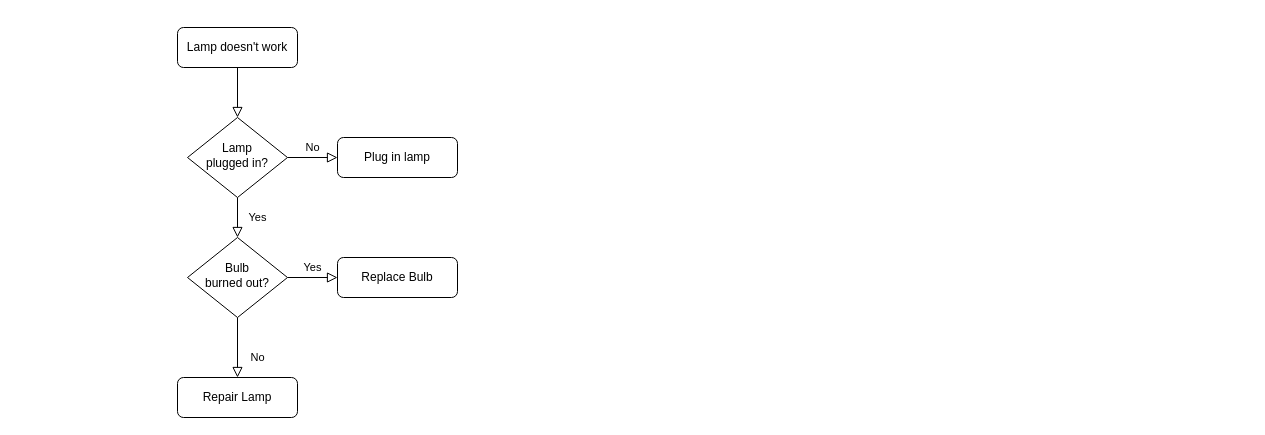
Before: 未命名绘图.drawio in lijiejoy/bingai, a draw.io diagram. Source tidied: cells renumbered, new cells numbered last; positions are measured from the earlier drawing's top-left corner, leaving out a move shared by most shapes. Both pictures are drawn from the tidied source at 100%, with x=0, y=0 at pixel (177, 27).
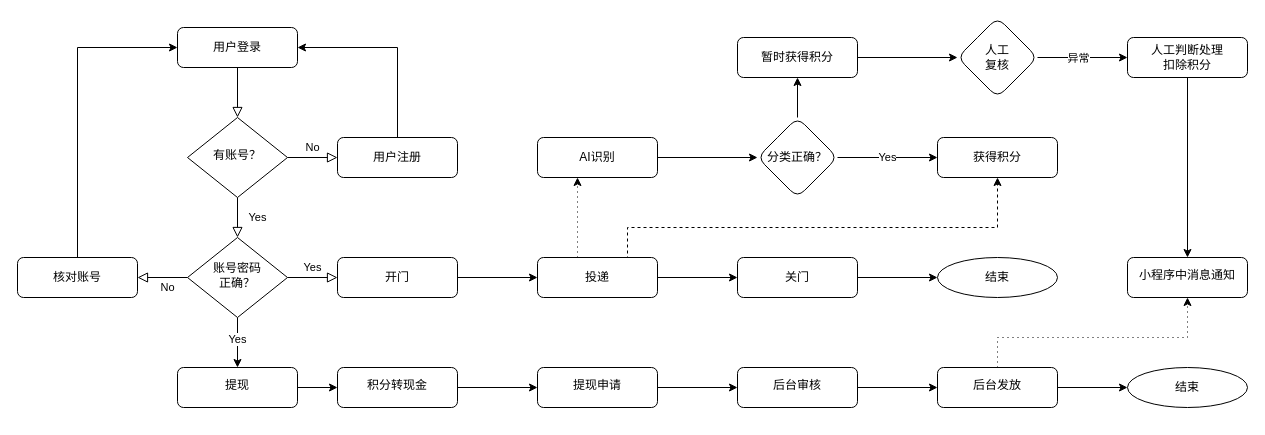
The same page after the edit.

The edit, as a diff of the source:
```diff
@@
-    <mxCell id="3" value="Lamp doesn't work" style="rounded=1;whiteSpace=wrap;html=1;fontSize=12;glass=0;strokeWidth=1;shadow=0;" parent="1" vertex="1">
+    <mxCell id="3" value="用户登录" style="rounded=1;whiteSpace=wrap;html=1;fontSize=12;glass=0;strokeWidth=1;shadow=0;" parent="1" vertex="1">
       <mxGeometry width="120" height="40" as="geometry" />
     </mxCell>
@@
-    <mxCell id="6" value="Lamp&lt;br&gt;plugged in?" style="rhombus;whiteSpace=wrap;html=1;shadow=0;fontFamily=Helvetica;fontSize=12;align=center;strokeWidth=1;spacing=6;spacingTop=-4;" parent="1" vertex="1">
+    <mxCell id="6" value="有账号？" style="rhombus;whiteSpace=wrap;html=1;shadow=0;fontFamily=Helvetica;fontSize=12;align=center;strokeWidth=1;spacing=6;spacingTop=-4;" parent="1" vertex="1">
       <mxGeometry x="10" y="90" width="100" height="80" as="geometry" />
     </mxCell>
+    <mxCell id="13" style="edgeStyle=orthogonalEdgeStyle;rounded=0;jettySize=auto;html=1;entryX=1;entryY=0.5;entryDx=0;entryDy=0;" parent="1" edge="1" source="7" target="3">
+      <mxGeometry relative="1" as="geometry">
+        <Array as="points">
+          <mxPoint x="220" y="20" />
+        </Array>
+      </mxGeometry>
+    </mxCell>
-    <mxCell id="7" value="Plug in lamp" style="rounded=1;whiteSpace=wrap;html=1;fontSize=12;glass=0;strokeWidth=1;shadow=0;" parent="1" vertex="1">
+    <mxCell id="7" value="用户注册" style="rounded=1;whiteSpace=wrap;html=1;fontSize=12;glass=0;strokeWidth=1;shadow=0;" parent="1" vertex="1">
       <mxGeometry x="160" y="110" width="120" height="40" as="geometry" />
     </mxCell>
     <mxCell id="8" value="No" style="rounded=0;html=1;jettySize=auto;fontSize=11;endArrow=block;endFill=0;endSize=8;strokeWidth=1;shadow=0;labelBackgroundColor=none;edgeStyle=orthogonalEdgeStyle;" parent="1" edge="1" source="10" target="11">
-      <mxGeometry x="0.33" y="20" relative="1" as="geometry" />
+      <mxGeometry x="-0.2" y="10" relative="1" as="geometry" />
     </mxCell>
@@
+    <mxCell id="14" style="edgeStyle=orthogonalEdgeStyle;rounded=0;jettySize=auto;html=1;" parent="1" edge="1" source="10" target="27">
+      <mxGeometry relative="1" as="geometry" />
+    </mxCell>
+    <mxCell id="15" value="Yes" style="edgeLabel;html=1;align=center;verticalAlign=middle;" parent="14" vertex="1">
+      <mxGeometry x="-0.17" y="-1" relative="1" as="geometry" />
+    </mxCell>
-    <mxCell id="10" value="Bulb&lt;br&gt;burned out?" style="rhombus;whiteSpace=wrap;html=1;shadow=0;fontFamily=Helvetica;fontSize=12;align=center;strokeWidth=1;spacing=6;spacingTop=-4;" parent="1" vertex="1">
+    <mxCell id="10" value="账号密码&lt;br&gt;正确？" style="rhombus;whiteSpace=wrap;html=1;shadow=0;fontFamily=Helvetica;fontSize=12;align=center;strokeWidth=1;spacing=6;spacingTop=-4;" parent="1" vertex="1">
       <mxGeometry x="10" y="210" width="100" height="80" as="geometry" />
     </mxCell>
+    <mxCell id="16" style="edgeStyle=orthogonalEdgeStyle;rounded=0;jettySize=auto;html=1;entryX=0;entryY=0.5;entryDx=0;entryDy=0;" parent="1" edge="1" source="11" target="3">
+      <mxGeometry relative="1" as="geometry">
+        <Array as="points">
+          <mxPoint x="-100" y="20" />
+        </Array>
+      </mxGeometry>
+    </mxCell>
-    <mxCell id="11" value="Repair Lamp" style="rounded=1;whiteSpace=wrap;html=1;fontSize=12;glass=0;strokeWidth=1;shadow=0;" parent="1" vertex="1">
-      <mxGeometry y="350" width="120" height="40" as="geometry" />
+    <mxCell id="11" value="核对账号" style="rounded=1;whiteSpace=wrap;html=1;fontSize=12;glass=0;strokeWidth=1;shadow=0;" parent="1" vertex="1">
+      <mxGeometry x="-160" y="230" width="120" height="40" as="geometry" />
     </mxCell>
+    <mxCell id="17" style="edgeStyle=orthogonalEdgeStyle;rounded=0;jettySize=auto;html=1;" parent="1" edge="1" source="12" target="21">
+      <mxGeometry relative="1" as="geometry" />
+    </mxCell>
-    <mxCell id="12" value="Replace Bulb" style="rounded=1;whiteSpace=wrap;html=1;fontSize=12;glass=0;strokeWidth=1;shadow=0;" parent="1" vertex="1">
+    <mxCell id="12" value="开门" style="rounded=1;whiteSpace=wrap;html=1;fontSize=12;glass=0;strokeWidth=1;shadow=0;" parent="1" vertex="1">
       <mxGeometry x="160" y="230" width="120" height="40" as="geometry" />
     </mxCell>
+    <mxCell id="18" style="edgeStyle=orthogonalEdgeStyle;rounded=0;jettySize=auto;html=1;dashed=1;dashPattern=1 4;" parent="1" edge="1" source="21" target="42">
+      <mxGeometry relative="1" as="geometry">
+        <Array as="points">
+          <mxPoint x="400" y="190" />
+          <mxPoint x="400" y="190" />
+        </Array>
+      </mxGeometry>
+    </mxCell>
+    <mxCell id="19" style="edgeStyle=orthogonalEdgeStyle;rounded=0;jettySize=auto;html=1;exitX=1;exitY=0.5;exitDx=0;exitDy=0;dashed=1;" parent="1" edge="1" source="21" target="43">
+      <mxGeometry relative="1" as="geometry">
+        <Array as="points">
+          <mxPoint x="450" y="250" />
+          <mxPoint x="450" y="200" />
+          <mxPoint x="820" y="200" />
+        </Array>
+      </mxGeometry>
+    </mxCell>
+    <mxCell id="20" style="edgeStyle=orthogonalEdgeStyle;rounded=0;jettySize=auto;html=1;" parent="1" edge="1" source="21" target="50">
+      <mxGeometry relative="1" as="geometry" />
+    </mxCell>
+    <mxCell id="21" value="投递" style="whiteSpace=wrap;html=1;rounded=1;glass=0;strokeWidth=1;shadow=0;" parent="1" vertex="1">
+      <mxGeometry x="360" y="230" width="120" height="40" as="geometry" />
+    </mxCell>
+    <mxCell id="22" style="edgeStyle=orthogonalEdgeStyle;rounded=0;jettySize=auto;html=1;" parent="1" edge="1" source="23" target="46">
+      <mxGeometry relative="1" as="geometry" />
+    </mxCell>
+    <mxCell id="23" value="暂时获得积分" style="whiteSpace=wrap;html=1;rounded=1;glass=0;strokeWidth=1;shadow=0;" parent="1" vertex="1">
+      <mxGeometry x="560" y="10" width="120" height="40" as="geometry" />
+    </mxCell>
+    <mxCell id="24" style="edgeStyle=orthogonalEdgeStyle;rounded=0;jettySize=auto;html=1;entryX=0.5;entryY=0;entryDx=0;entryDy=0;" parent="1" edge="1" source="25" target="37">
+      <mxGeometry relative="1" as="geometry" />
+    </mxCell>
+    <mxCell id="25" value="人工判断处理&lt;br&gt;扣除积分" style="whiteSpace=wrap;html=1;rounded=1;glass=0;strokeWidth=1;shadow=0;" parent="1" vertex="1">
+      <mxGeometry x="950" y="10" width="120" height="40" as="geometry" />
+    </mxCell>
+    <mxCell id="26" style="edgeStyle=orthogonalEdgeStyle;rounded=0;jettySize=auto;html=1;entryX=0;entryY=0.5;entryDx=0;entryDy=0;" parent="1" edge="1" source="27" target="29">
+      <mxGeometry relative="1" as="geometry" />
+    </mxCell>
+    <mxCell id="27" value="提现" style="rounded=1;whiteSpace=wrap;html=1;shadow=0;strokeWidth=1;spacing=6;spacingTop=-4;" parent="1" vertex="1">
+      <mxGeometry y="340" width="120" height="40" as="geometry" />
+    </mxCell>
+    <mxCell id="28" style="edgeStyle=orthogonalEdgeStyle;rounded=0;jettySize=auto;html=1;entryX=0;entryY=0.5;entryDx=0;entryDy=0;" parent="1" edge="1" source="29" target="31">
+      <mxGeometry relative="1" as="geometry" />
+    </mxCell>
+    <mxCell id="29" value="积分转现金" style="rounded=1;whiteSpace=wrap;html=1;shadow=0;strokeWidth=1;spacing=6;spacingTop=-4;" parent="1" vertex="1">
+      <mxGeometry x="160" y="340" width="120" height="40" as="geometry" />
+    </mxCell>
+    <mxCell id="30" style="edgeStyle=orthogonalEdgeStyle;rounded=0;jettySize=auto;html=1;" parent="1" edge="1" source="31" target="33">
+      <mxGeometry relative="1" as="geometry" />
+    </mxCell>
+    <mxCell id="31" value="提现申请" style="rounded=1;whiteSpace=wrap;html=1;shadow=0;strokeWidth=1;spacing=6;spacingTop=-4;" parent="1" vertex="1">
+      <mxGeometry x="360" y="340" width="120" height="40" as="geometry" />
+    </mxCell>
+    <mxCell id="32" style="edgeStyle=orthogonalEdgeStyle;rounded=0;jettySize=auto;html=1;" parent="1" edge="1" source="33" target="36">
+      <mxGeometry relative="1" as="geometry" />
+    </mxCell>
+    <mxCell id="33" value="后台审核" style="rounded=1;whiteSpace=wrap;html=1;shadow=0;strokeWidth=1;spacing=6;spacingTop=-4;" parent="1" vertex="1">
+      <mxGeometry x="560" y="340" width="120" height="40" as="geometry" />
+    </mxCell>
+    <mxCell id="34" style="edgeStyle=orthogonalEdgeStyle;rounded=0;jettySize=auto;html=1;entryX=0.5;entryY=1;entryDx=0;entryDy=0;dashed=1;dashPattern=1 4;" parent="1" edge="1" source="36" target="37">
+      <mxGeometry relative="1" as="geometry">
+        <Array as="points">
+          <mxPoint x="820" y="310" />
+          <mxPoint x="1010" y="310" />
+        </Array>
+      </mxGeometry>
+    </mxCell>
+    <mxCell id="35" style="edgeStyle=orthogonalEdgeStyle;rounded=0;jettySize=auto;html=1;entryX=0;entryY=0.5;entryDx=0;entryDy=0;" parent="1" edge="1" source="36" target="48">
+      <mxGeometry relative="1" as="geometry" />
+    </mxCell>
+    <mxCell id="36" value="后台发放" style="rounded=1;whiteSpace=wrap;html=1;shadow=0;strokeWidth=1;spacing=6;spacingTop=-4;" parent="1" vertex="1">
+      <mxGeometry x="760" y="340" width="120" height="40" as="geometry" />
+    </mxCell>
+    <mxCell id="37" value="小程序中消息通知" style="rounded=1;whiteSpace=wrap;html=1;shadow=0;strokeWidth=1;spacing=6;spacingTop=-4;" parent="1" vertex="1">
+      <mxGeometry x="950" y="230" width="120" height="40" as="geometry" />
+    </mxCell>
+    <mxCell id="38" value="Yes" style="edgeStyle=orthogonalEdgeStyle;rounded=0;jettySize=auto;html=1;" parent="1" edge="1" source="40" target="43">
+      <mxGeometry relative="1" as="geometry" />
+    </mxCell>
+    <mxCell id="39" style="edgeStyle=orthogonalEdgeStyle;rounded=0;jettySize=auto;html=1;exitX=0.5;exitY=0;exitDx=0;exitDy=0;entryX=0.5;entryY=1;entryDx=0;entryDy=0;" parent="1" edge="1" source="40" target="23">
+      <mxGeometry relative="1" as="geometry" />
+    </mxCell>
+    <mxCell id="40" value="分类正确？" style="rhombus;whiteSpace=wrap;html=1;rounded=1;glass=0;strokeWidth=1;shadow=0;" parent="1" vertex="1">
+      <mxGeometry x="580" y="90" width="80" height="80" as="geometry" />
+    </mxCell>
+    <mxCell id="41" style="edgeStyle=orthogonalEdgeStyle;rounded=0;jettySize=auto;html=1;entryX=0;entryY=0.5;entryDx=0;entryDy=0;" parent="1" edge="1" source="42" target="40">
+      <mxGeometry relative="1" as="geometry" />
+    </mxCell>
+    <mxCell id="42" value="AI识别" style="whiteSpace=wrap;html=1;rounded=1;glass=0;strokeWidth=1;shadow=0;" parent="1" vertex="1">
+      <mxGeometry x="360" y="110" width="120" height="40" as="geometry" />
+    </mxCell>
+    <mxCell id="43" value="获得积分" style="whiteSpace=wrap;html=1;rounded=1;glass=0;strokeWidth=1;shadow=0;" parent="1" vertex="1">
+      <mxGeometry x="760" y="110" width="120" height="40" as="geometry" />
+    </mxCell>
+    <mxCell id="44" style="edgeStyle=orthogonalEdgeStyle;rounded=0;jettySize=auto;html=1;entryX=0;entryY=0.5;entryDx=0;entryDy=0;" parent="1" edge="1" source="46" target="25">
+      <mxGeometry relative="1" as="geometry" />
+    </mxCell>
+    <mxCell id="45" value="异常" style="edgeLabel;html=1;align=center;verticalAlign=middle;" parent="44" vertex="1">
+      <mxGeometry x="-0.37" y="2" relative="1" as="geometry">
+        <mxPoint x="12" y="2" as="offset" />
+      </mxGeometry>
+    </mxCell>
+    <mxCell id="46" value="人工&lt;br&gt;复核" style="rhombus;whiteSpace=wrap;html=1;rounded=1;glass=0;strokeWidth=1;shadow=0;" parent="1" vertex="1">
+      <mxGeometry x="780" y="-10" width="80" height="80" as="geometry" />
+    </mxCell>
+    <mxCell id="47" value="结束" style="ellipse;whiteSpace=wrap;html=1;" parent="1" vertex="1">
+      <mxGeometry x="760" y="230" width="120" height="40" as="geometry" />
+    </mxCell>
+    <mxCell id="48" value="结束" style="ellipse;whiteSpace=wrap;html=1;" parent="1" vertex="1">
+      <mxGeometry x="950" y="340" width="120" height="40" as="geometry" />
+    </mxCell>
+    <mxCell id="49" style="edgeStyle=orthogonalEdgeStyle;rounded=0;jettySize=auto;html=1;" parent="1" edge="1" source="50" target="47">
+      <mxGeometry relative="1" as="geometry" />
+    </mxCell>
+    <mxCell id="50" value="关门" style="whiteSpace=wrap;html=1;rounded=1;glass=0;strokeWidth=1;shadow=0;" parent="1" vertex="1">
+      <mxGeometry x="560" y="230" width="120" height="40" as="geometry" />
+    </mxCell>
```
